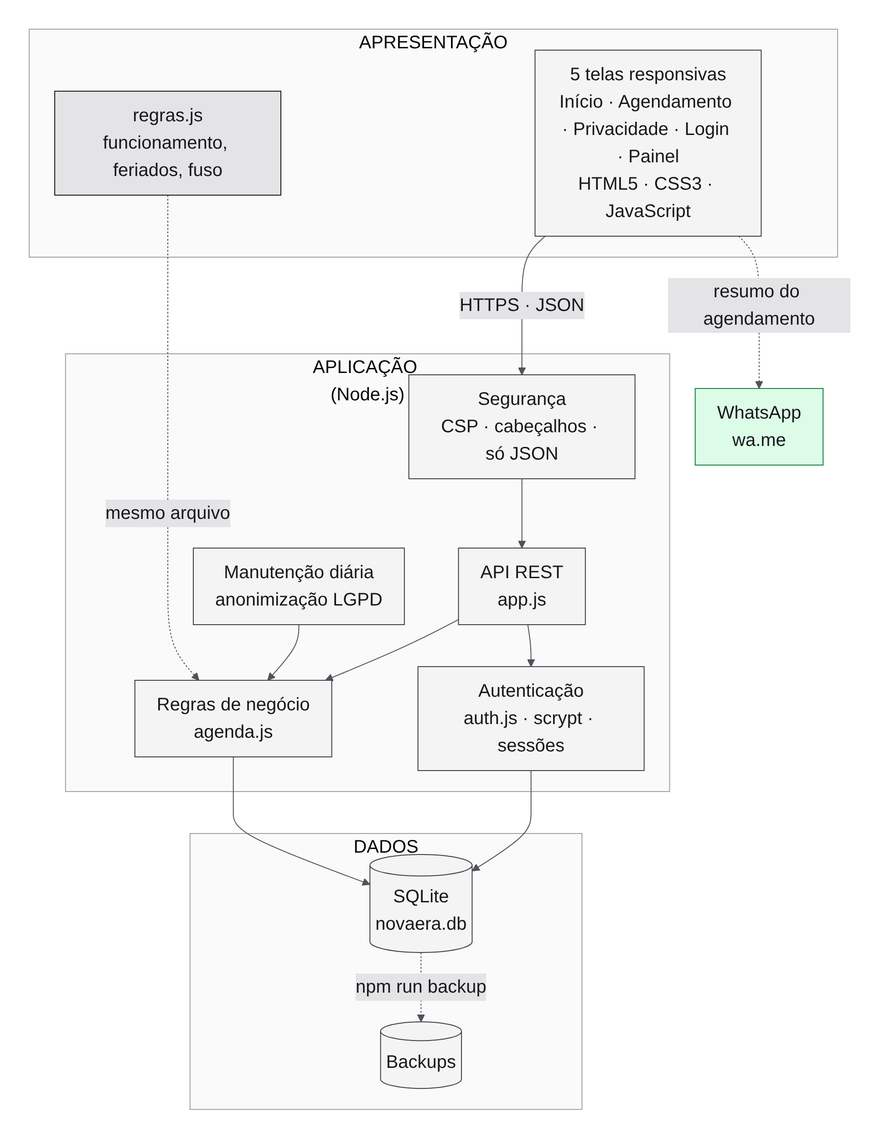
Before: docs/diagramas/05-arquitetura.png, a diagram exported from Mermaid (GustavoResendeDev/V2.AtividadeEscolar). Its source is kept beside it as docs/diagramas/fonte/05-arquitetura.mmd.
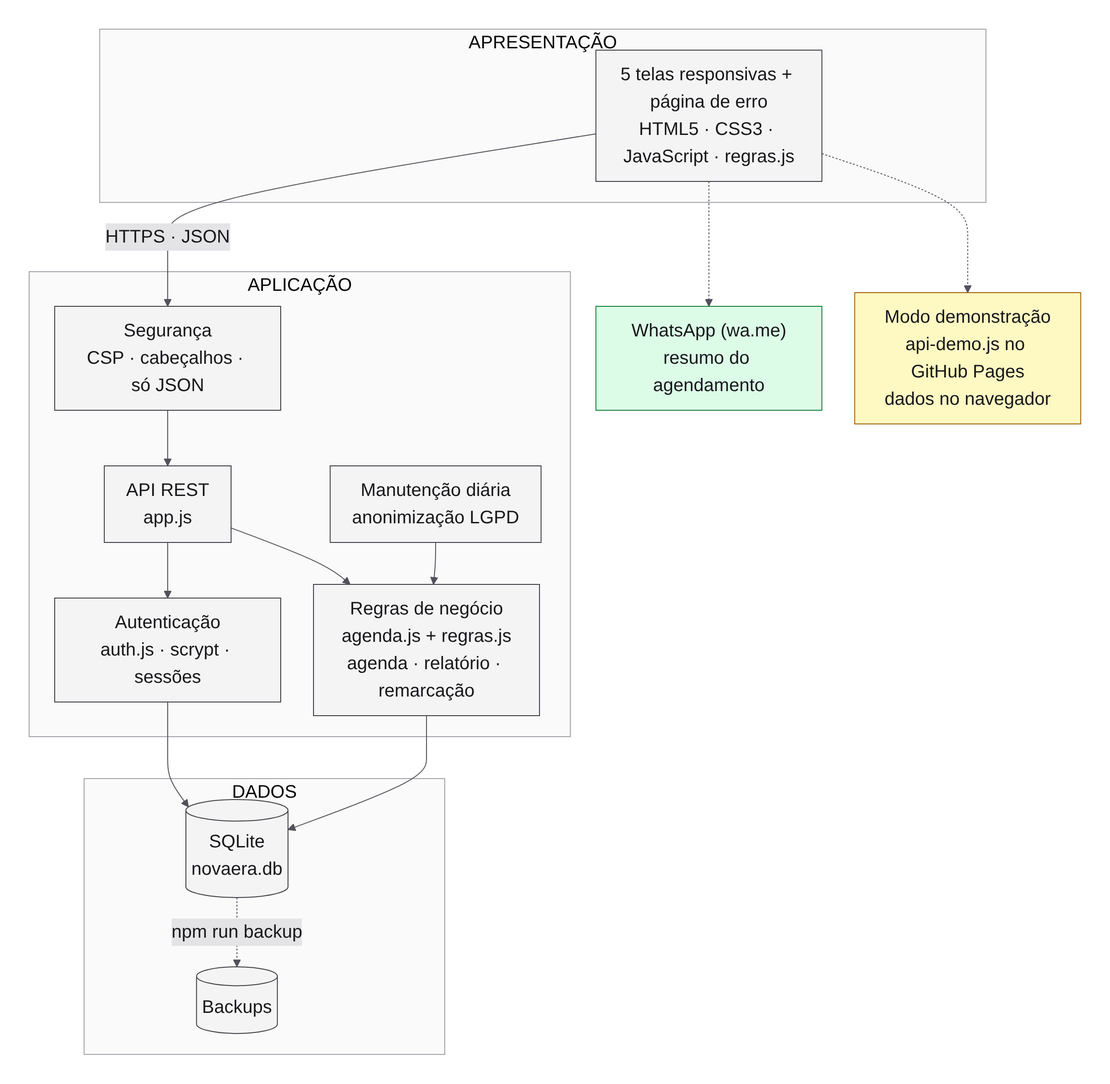
After the commit.

Diff of the diagram source:
```diff
@@ -1,29 +1,23 @@
 flowchart TB
   subgraph CL["APRESENTAÇÃO"]
-    TELAS["5 telas responsivas<br/>Início · Agendamento · Privacidade · Login · Painel<br/>HTML5 · CSS3 · JavaScript"]
-    RJ["regras.js<br/>funcionamento, feriados, fuso"]:::comp
+    TELAS["5 telas responsivas + página de erro<br/>HTML5 · CSS3 · JavaScript · regras.js"]
   end
-  subgraph SV["APLICAÇÃO (Node.js)"]
-    SEG["Segurança<br/>CSP · cabeçalhos · só JSON"]
-    ROT["API REST<br/>app.js"]
-    AUT["Autenticação<br/>auth.js · scrypt · sessões"]
-    AG["Regras de negócio<br/>agenda.js"]
-    MAN["Manutenção diária<br/>anonimização LGPD"]
+  subgraph SV["APLICAÇÃO"]
+    direction TB
+    SEG["Segurança<br/>CSP · cabeçalhos · só JSON"] --> ROT["API REST<br/>app.js"]
+    ROT --> AUT["Autenticação<br/>auth.js · scrypt · sessões"]
+    ROT --> AG["Regras de negócio<br/>agenda.js + regras.js<br/>agenda · relatório · remarcação"]
+    MAN["Manutenção diária<br/>anonimização LGPD"] --> AG
   end
   subgraph DB["DADOS"]
-    SQL[("SQLite<br/>novaera.db")]
-    BK[("Backups")]
+    SQL[("SQLite<br/>novaera.db")] -. "npm run backup" .-> BK[("Backups")]
   end
-  WA["WhatsApp<br/>wa.me"]:::ext
+  WA["WhatsApp (wa.me)<br/>resumo do agendamento"]:::ext
+  DEMO["Modo demonstração<br/>api-demo.js no GitHub Pages<br/>dados no navegador"]:::demo
   TELAS -- "HTTPS · JSON" --> SEG
-  SEG --> ROT
-  ROT --> AUT
-  ROT --> AG
-  MAN --> AG
   AUT --> SQL
   AG --> SQL
-  SQL -. "npm run backup" .-> BK
-  TELAS -. "resumo do agendamento" .-> WA
-  RJ -. "mesmo arquivo" .-> AG
-  classDef comp fill:#e4e4e7,stroke:#18181b
+  TELAS -.-> WA
+  TELAS -.-> DEMO
   classDef ext fill:#dcfce7,stroke:#15803d
+  classDef demo fill:#fef9c3,stroke:#a16207
```
